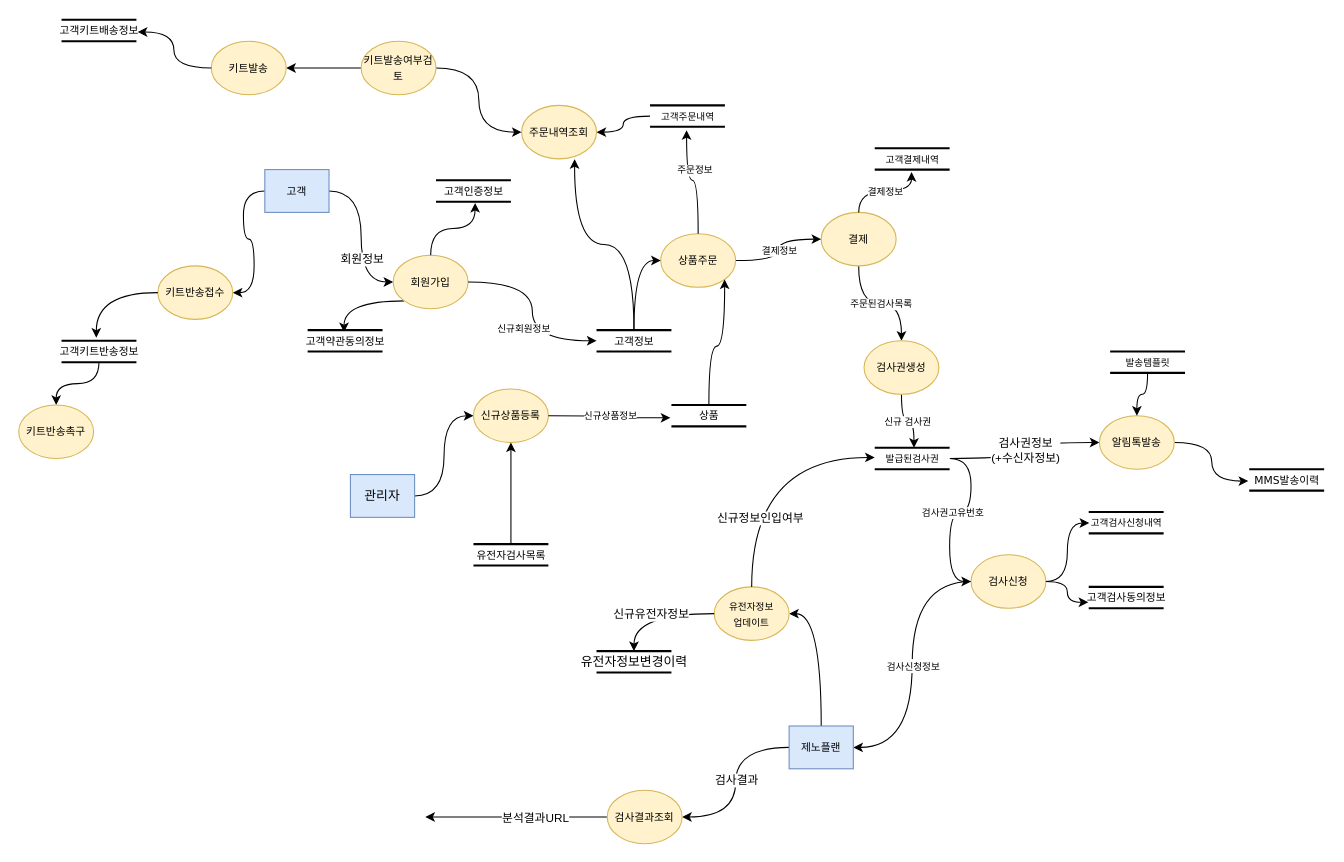
Before: DFD_제노플랜.drawio in k3srpn/Architecture, a draw.io diagram. Source tidied: cells renumbered, new cells numbered last; positions are measured from the earlier drawing's top-left corner, leaving out a move shared by most shapes. Both pictures are drawn from the tidied source at 107%, with x=0, y=0 at pixel (18, 19).
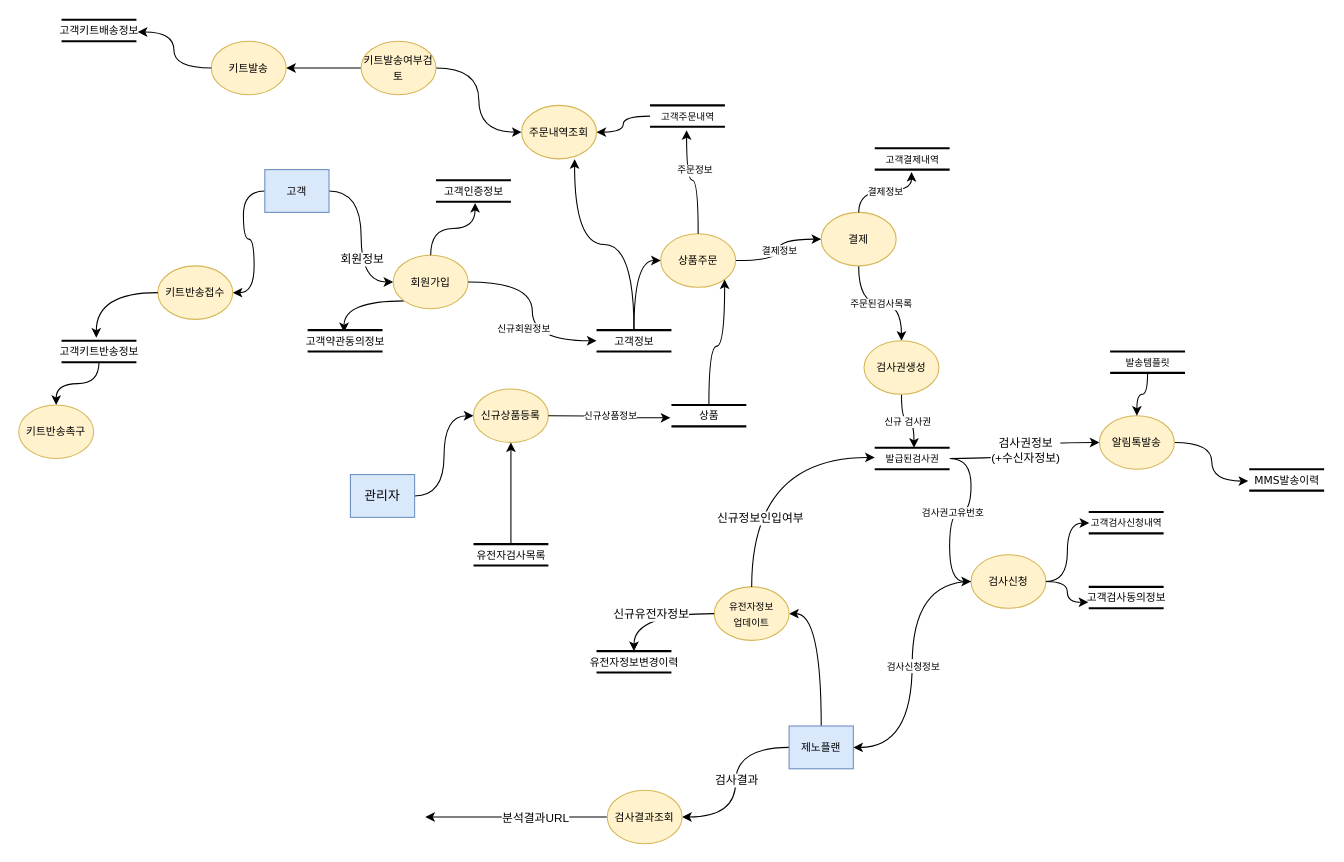
After the change.

Change to the diagram source:
```diff
@@
-    <mxCell id="82" value="유전자정보변경이력" style="html=1;rounded=0;shadow=0;comic=0;labelBackgroundColor=none;strokeWidth=2;fontFamily=Verdana;fontSize=12;align=center;shape=mxgraph.ios7ui.horLines;" parent="1" vertex="1">
+    <mxCell id="82" value="&lt;font style=&quot;font-size: 10px;&quot;&gt;유전자정보변경이력&lt;/font&gt;" style="html=1;rounded=0;shadow=0;comic=0;labelBackgroundColor=none;strokeWidth=2;fontFamily=Verdana;fontSize=12;align=center;shape=mxgraph.ios7ui.horLines;" parent="1" vertex="1">
       <mxGeometry x="540" y="590" width="70" height="20" as="geometry" />
     </mxCell>
```
